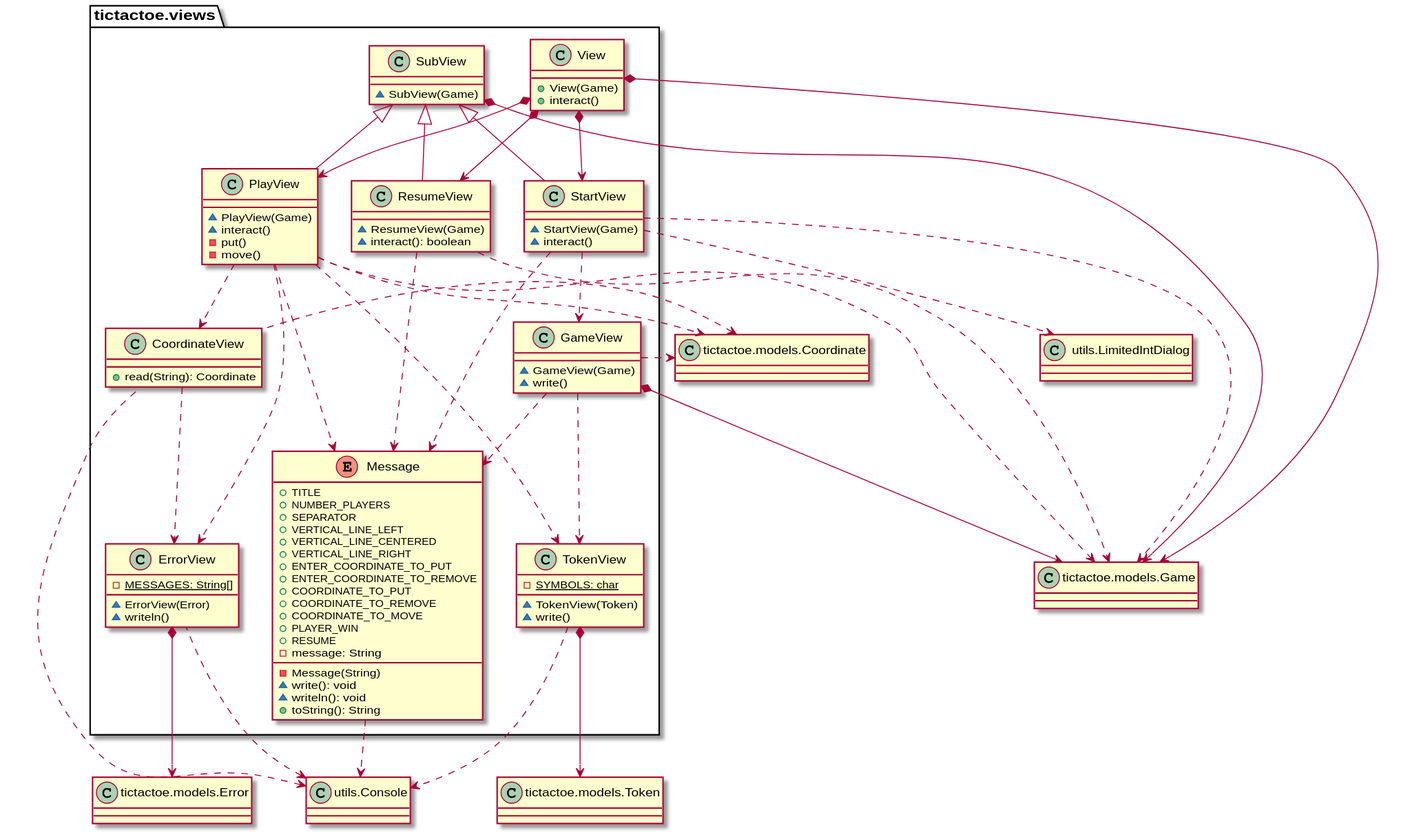
The PlantUML diagram documentView/console/docs/diagrams/out/paquetes/tictactoe.views.svg in Jolucaa/USantaTecla-project-ticTacToe, before a commit.
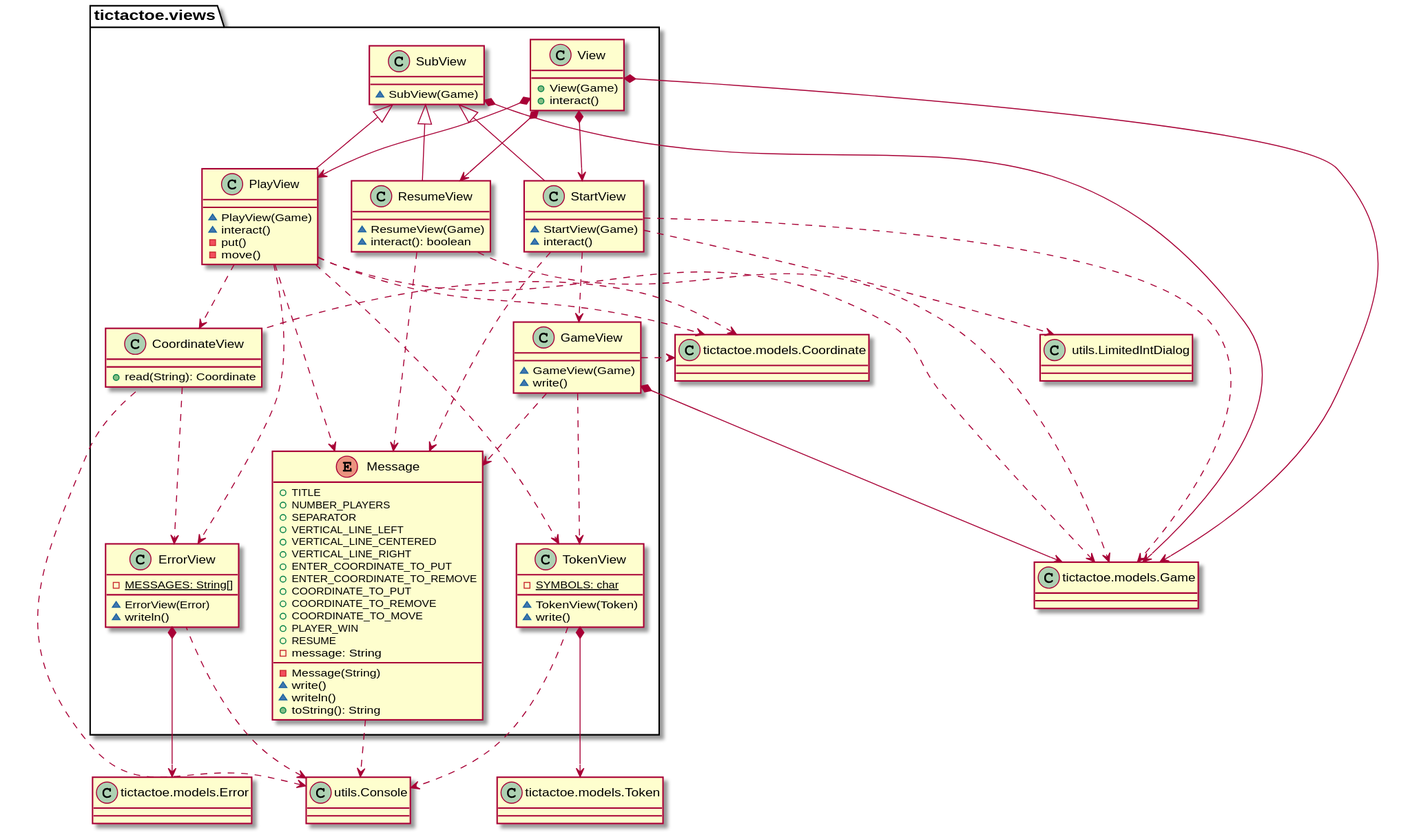
The same file after the commit.

What changed in the source:
```diff
@@ -46,8 +46,8 @@
 + RESUME
 - message: String
 - Message(String)
-~ write(): void
-~ writeln(): void
+~ write()
+~ writeln()
 + toString(): String
 }
 tictactoe.views.Message ..> Console
```
